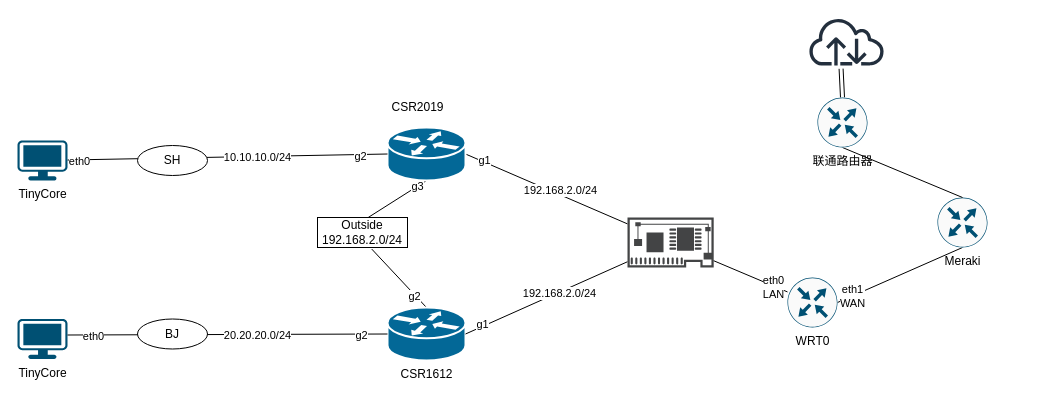
Above: homelab-1.drawio in itbj/2017-images (draw.io), before the change. Source tidied: cells renumbered, new cells numbered last; positions are measured from the earlier drawing's top-left corner, leaving out a move shared by most shapes. Both pictures are drawn from the tidied source at 100%, with x=0, y=0 at pixel (17, 17).
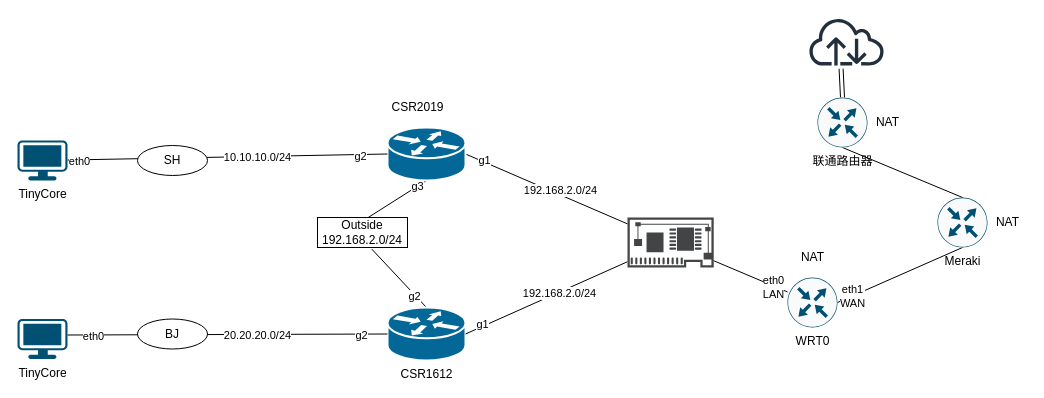
Above is the later version.

The edit, as a diff of the source:
```diff
@@
+    <mxCell id="39" value="NAT" style="text;html=1;align=center;verticalAlign=middle;fillColor=none;strokeColor=none;rounded=0;" parent="1" vertex="1">
+      <mxGeometry x="775" y="230" width="40" height="20" as="geometry" />
+    </mxCell>
+    <mxCell id="40" value="NAT" style="text;html=1;align=center;verticalAlign=middle;fillColor=none;strokeColor=none;rounded=0;" parent="1" vertex="1">
+      <mxGeometry x="970" y="195" width="40" height="20" as="geometry" />
+    </mxCell>
+    <mxCell id="41" value="NAT" style="text;html=1;align=center;verticalAlign=middle;fillColor=none;strokeColor=none;rounded=0;" parent="1" vertex="1">
+      <mxGeometry x="850" y="95" width="40" height="20" as="geometry" />
+    </mxCell>
```
